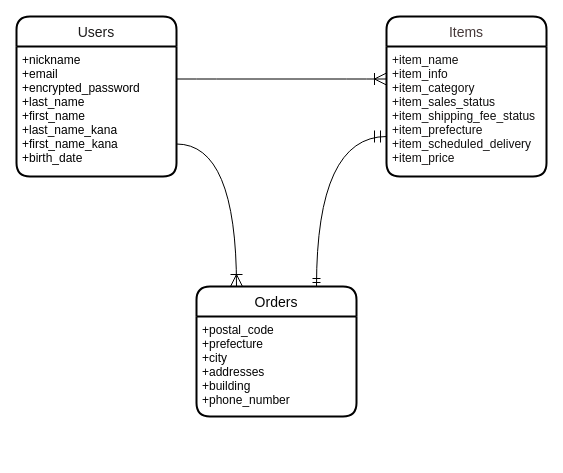
This is DB_ER.dio from m-miyashige/furima-kagawa2023-mimaka, a draw.io file, before an edit. Source tidied: cells renumbered, new cells numbered last; positions are measured from the earlier drawing's top-left corner, leaving out a move shared by most shapes. Both pictures are drawn from the tidied source at 100%, with x=0, y=0 at pixel (16, 16).
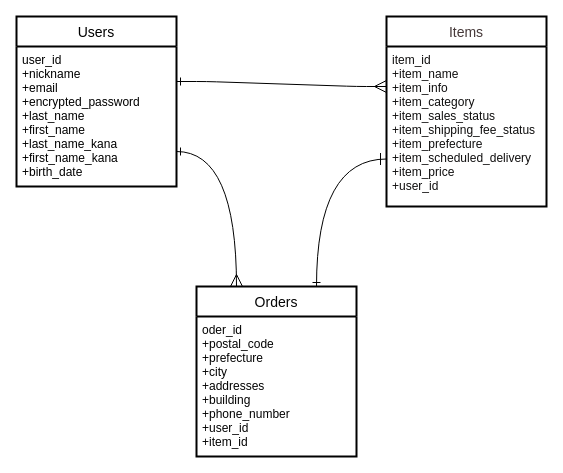
The same diagram, later.

The edit, as a diff of the source:
```diff
@@
 <mxGraphModel>
   <root>
     <mxCell id="0" />
     <mxCell id="1" parent="0" />
-    <mxCell id="2" value="Users" style="swimlane;horizontal=1;startSize=30;rounded=1;fontSize=14;fontStyle=0;strokeWidth=2;shadow=0;dashed=0;align=center;fontColor=#1d1b1b;" parent="1" vertex="1">
-      <mxGeometry width="160" height="160" as="geometry" />
+    <mxCell id="2" value="Users" style="swimlane;horizontal=1;startSize=30;rounded=0;fontSize=14;fontStyle=0;strokeWidth=2;shadow=0;dashed=0;align=center;labelBackgroundColor=none;labelBorderColor=none;swimlaneFillColor=#FFFFFF;" parent="1" vertex="1">
+      <mxGeometry width="160" height="170" as="geometry" />
     </mxCell>
-    <mxCell id="3" value="+nickname&#10;+email&#10;+encrypted_password&#10;+last_name&#10;+first_name&#10;+last_name_kana&#10;+first_name_kana&#10;+birth_date" style="align=left;strokeColor=none;fillColor=none;spacingLeft=4;fontSize=12;verticalAlign=top;fontColor=#000000;" parent="2" vertex="1">
-      <mxGeometry y="30" width="160" height="130" as="geometry" />
+    <mxCell id="3" value="user_id&#10;+nickname&#10;+email&#10;+encrypted_password&#10;+last_name&#10;+first_name&#10;+last_name_kana&#10;+first_name_kana&#10;+birth_date" style="align=left;strokeColor=none;fillColor=none;spacingLeft=4;fontSize=12;verticalAlign=top;fontColor=#000000;" parent="2" vertex="1">
+      <mxGeometry y="30" width="160" height="140" as="geometry" />
     </mxCell>
-    <mxCell id="4" value="Items" style="swimlane;horizontal=1;startSize=30;rounded=1;fontSize=14;fontStyle=0;strokeWidth=2;shadow=0;dashed=0;align=center;fontColor=#463939;" parent="1" vertex="1">
-      <mxGeometry x="370" width="160" height="160" as="geometry" />
+    <mxCell id="4" value="Items" style="swimlane;horizontal=1;startSize=30;rounded=0;fontSize=14;fontStyle=0;strokeWidth=2;shadow=0;dashed=0;align=center;fontColor=#463939;swimlaneFillColor=#FFFFFF;" parent="1" vertex="1">
+      <mxGeometry x="370" width="160" height="190" as="geometry" />
     </mxCell>
-    <mxCell id="5" value="+item_name&#10;+item_info&#10;+item_category&#10;+item_sales_status &#10;+item_shipping_fee_status&#10;+item_prefecture&#10;+item_scheduled_delivery&#10;+item_price" style="align=left;strokeColor=none;fillColor=none;spacingLeft=4;fontSize=12;verticalAlign=top;fontColor=#100f0f;" parent="4" vertex="1">
-      <mxGeometry y="30" width="160" height="130" as="geometry" />
+    <mxCell id="5" value="item_id&#10;+item_name&#10;+item_info&#10;+item_category&#10;+item_sales_status &#10;+item_shipping_fee_status&#10;+item_prefecture&#10;+item_scheduled_delivery&#10;+item_price&#10;+user_id" style="align=left;strokeColor=none;fillColor=none;spacingLeft=4;fontSize=12;verticalAlign=top;fontColor=#100f0f;" parent="4" vertex="1">
+      <mxGeometry y="30" width="160" height="160" as="geometry" />
     </mxCell>
-    <mxCell id="6" style="fontSize=12;html=1;endArrow=ERoneToMany;fontColor=#F0F0F0;exitX=1;exitY=0.25;exitDx=0;exitDy=0;entryX=0;entryY=0.25;entryDx=0;entryDy=0;verticalAlign=middle;edgeStyle=entityRelationEdgeStyle;endSize=10;" parent="1" edge="1" source="3" target="5">
+    <mxCell id="6" style="fontSize=12;html=1;endArrow=ERmany;fontColor=#F0F0F0;exitX=1;exitY=0.25;exitDx=0;exitDy=0;entryX=0;entryY=0.25;entryDx=0;entryDy=0;verticalAlign=middle;edgeStyle=entityRelationEdgeStyle;endSize=10;startArrow=ERone;startFill=0;endFill=0;" parent="1" edge="1" source="3" target="5">
       <mxGeometry relative="1" as="geometry" />
     </mxCell>
-    <mxCell id="7" value="Orders" style="swimlane;horizontal=1;startSize=30;rounded=1;fontSize=14;fontStyle=0;strokeWidth=2;shadow=0;dashed=0;align=center;fontColor=#050505;" parent="1" vertex="1">
-      <mxGeometry x="180" y="270" width="160" height="130" as="geometry" />
+    <mxCell id="7" value="Orders" style="swimlane;horizontal=1;startSize=30;rounded=0;fontSize=14;fontStyle=0;strokeWidth=2;shadow=0;dashed=0;align=center;fontColor=#050505;swimlaneFillColor=#FFFFFF;" parent="1" vertex="1">
+      <mxGeometry x="180" y="270" width="160" height="170" as="geometry" />
     </mxCell>
-    <mxCell id="8" value="+postal_code&#10;+prefecture&#10;+city &#10;+addresses&#10;+building &#10;+phone_number&#10;" style="align=left;strokeColor=none;fillColor=none;spacingLeft=4;fontSize=12;verticalAlign=top;fontColor=#040404;" parent="7" vertex="1">
-      <mxGeometry y="30" width="160" height="100" as="geometry" />
+    <mxCell id="8" value="oder_id&#10;+postal_code&#10;+prefecture&#10;+city &#10;+addresses&#10;+building &#10;+phone_number&#10;+user_id&#10;+item_id" style="align=left;strokeColor=none;fillColor=none;spacingLeft=4;fontSize=12;verticalAlign=top;fontColor=#040404;" parent="7" vertex="1">
+      <mxGeometry y="30" width="160" height="140" as="geometry" />
     </mxCell>
-    <mxCell id="9" style="edgeStyle=orthogonalEdgeStyle;fontSize=12;html=1;endArrow=ERoneToMany;fontColor=#F0F0F0;exitX=1;exitY=0.75;exitDx=0;exitDy=0;curved=1;entryX=0.25;entryY=0;entryDx=0;entryDy=0;endSize=10;" parent="1" edge="1" source="3" target="7">
+    <mxCell id="9" style="edgeStyle=orthogonalEdgeStyle;fontSize=12;html=1;endArrow=ERmany;fontColor=#F0F0F0;exitX=1;exitY=0.75;exitDx=0;exitDy=0;curved=1;entryX=0.25;entryY=0;entryDx=0;entryDy=0;endSize=10;startArrow=ERone;startFill=0;endFill=0;" parent="1" edge="1" source="3" target="7">
       <mxGeometry relative="1" as="geometry" />
     </mxCell>
-    <mxCell id="10" style="edgeStyle=orthogonalEdgeStyle;fontSize=12;html=1;endArrow=ERmandOne;startArrow=ERmandOne;fontColor=#F0F0F0;endSize=10;curved=1;entryX=0;entryY=0.75;entryDx=0;entryDy=0;exitX=0.75;exitY=0;exitDx=0;exitDy=0;" parent="1" edge="1" source="7" target="4">
+    <mxCell id="10" style="edgeStyle=orthogonalEdgeStyle;fontSize=12;html=1;endArrow=ERone;startArrow=ERone;fontColor=#F0F0F0;endSize=10;curved=1;entryX=0;entryY=0.75;entryDx=0;entryDy=0;exitX=0.75;exitY=0;exitDx=0;exitDy=0;startFill=0;endFill=0;" parent="1" edge="1" source="7" target="4">
       <mxGeometry relative="1" as="geometry" />
     </mxCell>
   </root>
 </mxGraphModel>
```
